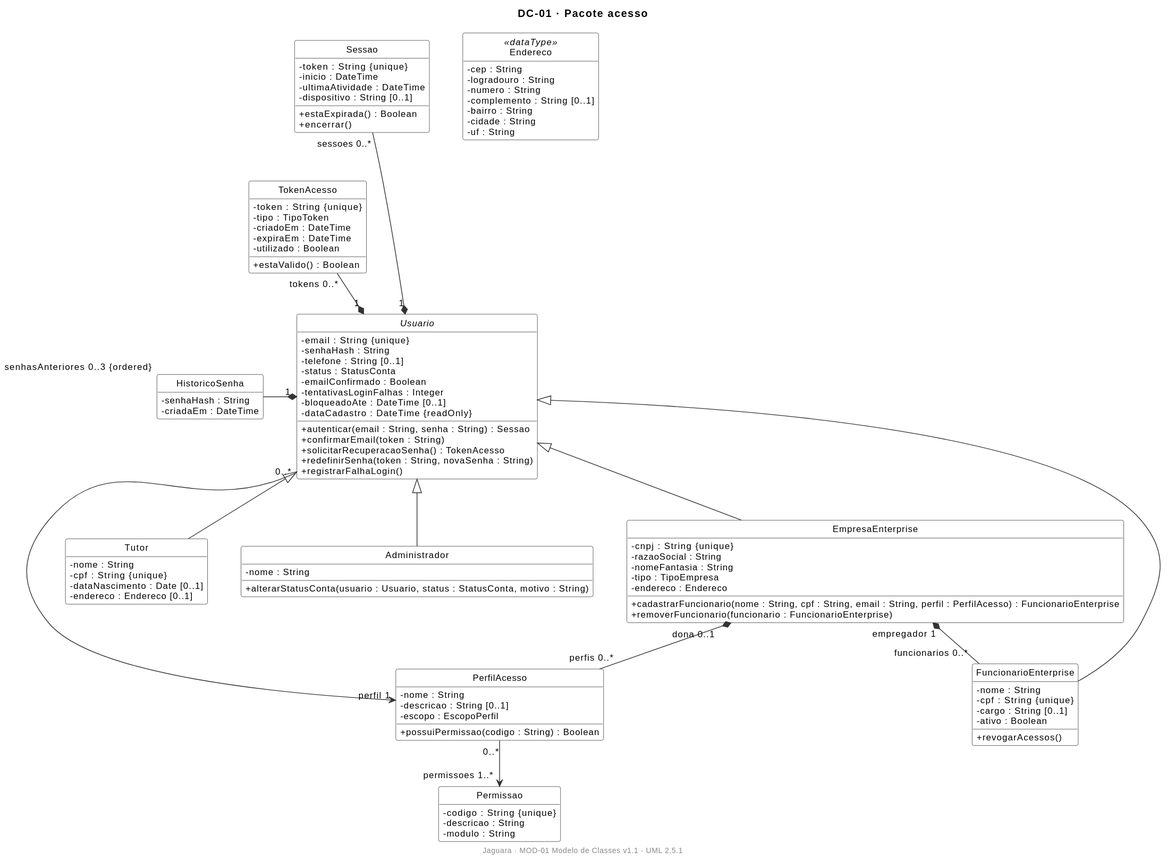
This is docs/04-modelagem/diagrama-de-classes/img/DC-01-acesso.svg from JaguaraPet/Jaguara_doc, a PlantUML export, as it was before one commit.
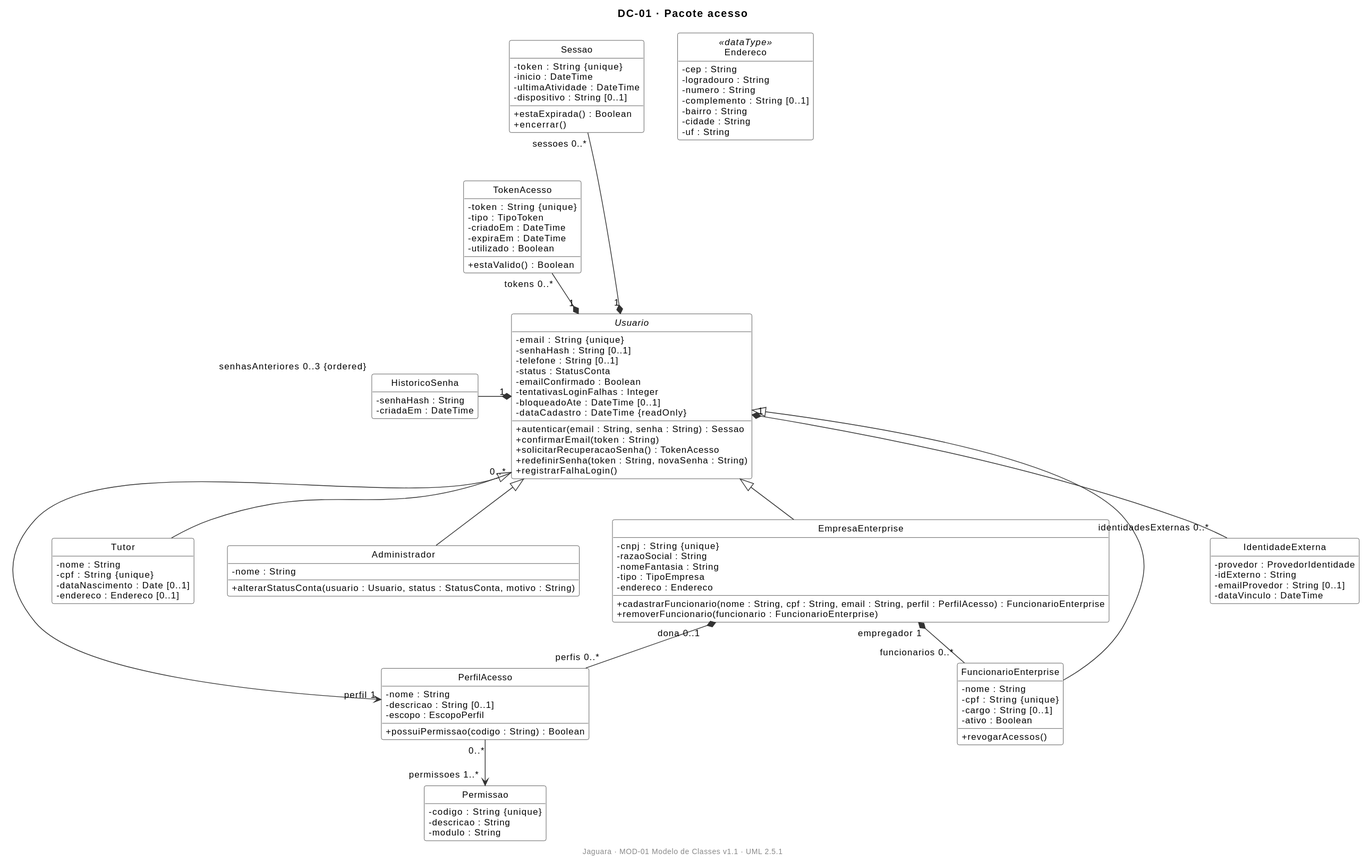
After the commit.

Diff of the diagram source:
```diff
@@ -1,10 +1,35 @@
 @startuml
-!include _estilo.iuml
+skinparam style strictuml
+skinparam classAttributeIconSize 0
+skinparam shadowing false
+skinparam defaultFontName Arial
+skinparam defaultFontSize 12
+skinparam backgroundColor white
+skinparam nodesep 45
+skinparam ranksep 55
+skinparam class {
+  BackgroundColor white
+  BorderColor #222222
+  ArrowColor #333333
+}
+skinparam package {
+  BackgroundColor #F6F6F6
+  BorderColor #666666
+}
+skinparam note {
+  BackgroundColor #FFFFF2
+  BorderColor #888888
+}
+skinparam stereotypeFontSize 10
+set separator none
+hide empty members
+footer Jaguara · MOD-01 Modelo de Classes v1.1 · UML 2.5.1
+
 title DC-01 · Pacote acesso
 
 abstract class Usuario {
   - email : String {unique}
-  - senhaHash : String
+  - senhaHash : String [0..1]
   - telefone : String [0..1]
   - status : StatusConta
   - emailConfirmado : Boolean
@@ -67,6 +92,13 @@
   + encerrar()
 }
 
+class IdentidadeExterna {
+  - provedor : ProvedorIdentidade
+  - idExterno : String
+  - emailProvedor : String [0..1]
+  - dataVinculo : DateTime
+}
+
 class TokenAcesso {
   - token : String {unique}
   - tipo : TipoToken
@@ -102,6 +134,7 @@
 EmpresaEnterprise "empregador 1" *-- "funcionarios 0..*" FuncionarioEnterprise
 
 Usuario "1" *-left- "sessoes 0..*" Sessao
+Usuario "1" *-- "identidadesExternas 0..*" IdentidadeExterna
 Usuario "1" *-left- "tokens 0..*" TokenAcesso
 Usuario "1" *-left- "senhasAnteriores 0..3 {ordered}" HistoricoSenha
 Sessao -[hidden]down- TokenAcesso
```
